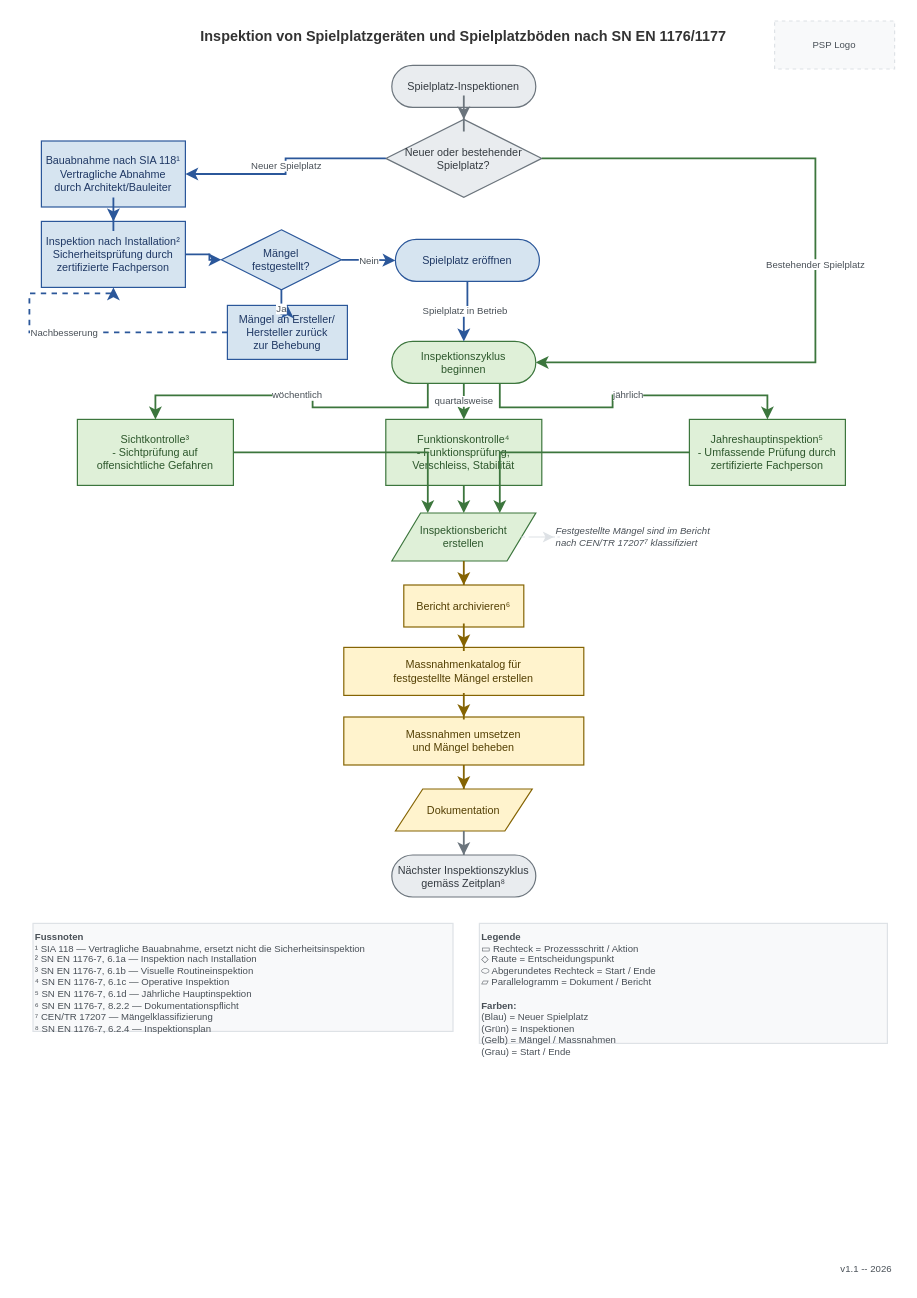
Earlier version of the draw.io diagram PSP-Inspektions-Flowchart/Inspektionsablauf.drawio (giuadora/ch.playsafepro.flowcharts). Source tidied: cells renumbered, new cells numbered last; positions are measured from the earlier drawing's top-left corner, leaving out a move shared by most shapes. Both pictures are drawn from the tidied source at 120%, with x=0, y=0 at pixel (29, 20).
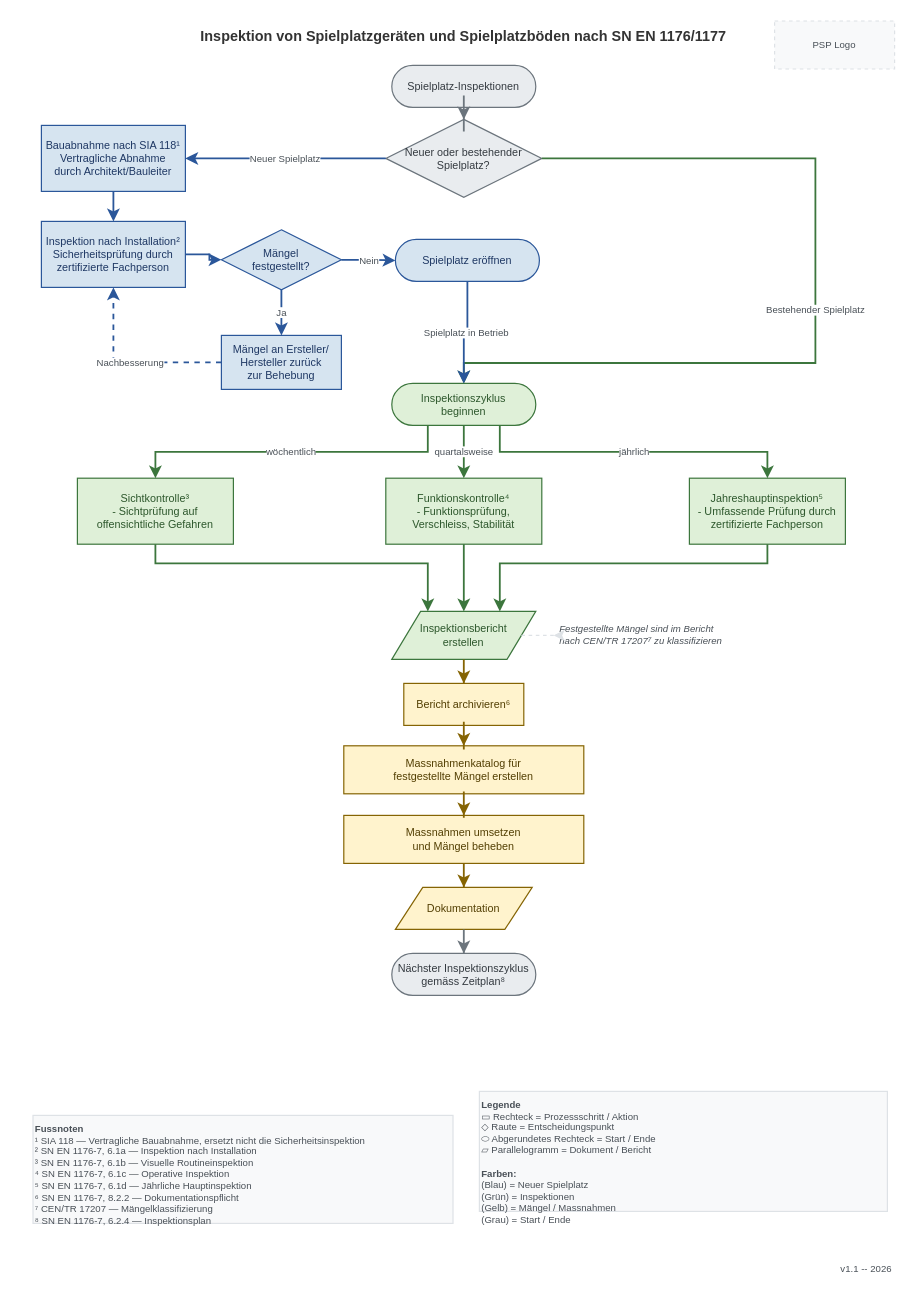
After the change.

Commit message:
style(04-02): fine-tune layout spacing and edge routing

Unchanged cells that the change refers to:
```xml
<mxCell id="6" value="Neuer oder bestehender&lt;br&gt;Spielplatz?" style="rhombus;whiteSpace=wrap;html=1;fillColor=#E9ECEF;strokeColor=#6C757D;fontColor=#343A40;fontSize=9;fontFamily=Helvetica;" parent="1" vertex="1">
  <mxGeometry x="297" y="82" width="130" height="65" as="geometry" />
</mxCell>
<mxCell id="8" value="Inspektion nach Installation²&lt;br&gt;Sicherheitsprüfung durch&lt;br&gt;zertifizierte Fachperson" style="rounded=0;whiteSpace=wrap;html=1;fillColor=#D6E4F0;strokeColor=#2B579A;fontColor=#1F3864;fontSize=9;fontFamily=Helvetica;align=center;" parent="1" vertex="1">
  <mxGeometry x="10" y="167" width="120" height="55" as="geometry" />
</mxCell>
```

The edit, as a diff of the source:
```diff
@@
     <mxCell id="7" value="Bauabnahme nach SIA 118¹&lt;br&gt;Vertragliche Abnahme&lt;br&gt;durch Architekt/Bauleiter" style="rounded=0;whiteSpace=wrap;html=1;fillColor=#D6E4F0;strokeColor=#2B579A;fontColor=#1F3864;fontSize=9;fontFamily=Helvetica;align=center;" parent="1" vertex="1">
-      <mxGeometry x="10" y="100" width="120" height="55" as="geometry" />
+      <mxGeometry x="10" y="87" width="120" height="55" as="geometry" />
     </mxCell>
@@
     <mxCell id="10" value="Mängel an Ersteller/&lt;br&gt;Hersteller zurück&lt;br&gt;zur Behebung" style="rounded=0;whiteSpace=wrap;html=1;fillColor=#D6E4F0;strokeColor=#2B579A;fontColor=#1F3864;fontSize=9;fontFamily=Helvetica;align=center;" parent="1" vertex="1">
-      <mxGeometry x="165" y="237" width="100" height="45" as="geometry" />
+      <mxGeometry x="160" y="262" width="100" height="45" as="geometry" />
     </mxCell>
@@
     <mxCell id="12" value="Inspektionszyklus&lt;br&gt;beginnen" style="rounded=1;whiteSpace=wrap;html=1;fillColor=#DFF0D8;strokeColor=#3C763D;fontColor=#2D572C;fontSize=9;fontFamily=Helvetica;arcSize=50;" parent="1" vertex="1">
-      <mxGeometry x="302" y="267" width="120" height="35" as="geometry" />
+      <mxGeometry x="302" y="302" width="120" height="35" as="geometry" />
     </mxCell>
     <mxCell id="13" value="Sichtkontrolle³&lt;br&gt;- Sichtprüfung auf&lt;br&gt;offensichtliche Gefahren" style="rounded=0;whiteSpace=wrap;html=1;fillColor=#DFF0D8;strokeColor=#3C763D;fontColor=#2D572C;fontSize=9;fontFamily=Helvetica;align=center;" parent="1" vertex="1">
-      <mxGeometry x="40" y="332" width="130" height="55" as="geometry" />
+      <mxGeometry x="40" y="381" width="130" height="55" as="geometry" />
     </mxCell>
     <mxCell id="14" value="Funktionskontrolle⁴&lt;br&gt;- Funktionsprüfung,&lt;br&gt;Verschleiss, Stabilität" style="rounded=0;whiteSpace=wrap;html=1;fillColor=#DFF0D8;strokeColor=#3C763D;fontColor=#2D572C;fontSize=9;fontFamily=Helvetica;align=center;" parent="1" vertex="1">
-      <mxGeometry x="297" y="332" width="130" height="55" as="geometry" />
+      <mxGeometry x="297" y="381" width="130" height="55" as="geometry" />
     </mxCell>
     <mxCell id="15" value="Jahreshauptinspektion⁵&lt;br&gt;- Umfassende Prüfung durch&lt;br&gt;zertifizierte Fachperson" style="rounded=0;whiteSpace=wrap;html=1;fillColor=#DFF0D8;strokeColor=#3C763D;fontColor=#2D572C;fontSize=9;fontFamily=Helvetica;align=center;" parent="1" vertex="1">
-      <mxGeometry x="550" y="332" width="130" height="55" as="geometry" />
+      <mxGeometry x="550" y="381" width="130" height="55" as="geometry" />
     </mxCell>
     <mxCell id="16" value="Inspektionsbericht&lt;br&gt;erstellen" style="shape=parallelogram;perimeter=parallelogramPerimeter;whiteSpace=wrap;html=1;fillColor=#DFF0D8;strokeColor=#3C763D;fontColor=#2D572C;fontSize=9;fontFamily=Helvetica;align=center;" parent="1" vertex="1">
-      <mxGeometry x="302" y="410" width="120" height="40" as="geometry" />
+      <mxGeometry x="302" y="492" width="120" height="40" as="geometry" />
     </mxCell>
-    <mxCell id="17" value="Festgestellte Mängel sind im Bericht&lt;br&gt;nach CEN/TR 17207⁷ klassifiziert" style="text;html=1;align=left;verticalAlign=middle;whiteSpace=wrap;fontSize=8;fontFamily=Helvetica;fontColor=#495057;fontStyle=2;" parent="1" vertex="1">
-      <mxGeometry x="437" y="415" width="240" height="30" as="geometry" />
+    <mxCell id="17" value="Festgestellte Mängel sind im Bericht&lt;br&gt;nach CEN/TR 17207⁷ zu klassifizieren" style="text;html=1;align=left;verticalAlign=middle;whiteSpace=wrap;fontSize=8;fontFamily=Helvetica;fontColor=#495057;fontStyle=2;" parent="1" vertex="1">
+      <mxGeometry x="440" y="497" width="240" height="30" as="geometry" />
     </mxCell>
     <mxCell id="18" value="Bericht archivieren⁶" style="rounded=0;whiteSpace=wrap;html=1;fillColor=#FFF3CD;strokeColor=#856404;fontColor=#533F03;fontSize=9;fontFamily=Helvetica;align=center;" parent="1" vertex="1">
-      <mxGeometry x="312" y="470" width="100" height="35" as="geometry" />
+      <mxGeometry x="312" y="552" width="100" height="35" as="geometry" />
     </mxCell>
     <mxCell id="19" value="Massnahmenkatalog für&lt;br&gt;festgestellte Mängel erstellen" style="rounded=0;whiteSpace=wrap;html=1;fillColor=#FFF3CD;strokeColor=#856404;fontColor=#533F03;fontSize=9;fontFamily=Helvetica;align=center;" parent="1" vertex="1">
-      <mxGeometry x="262" y="522" width="200" height="40" as="geometry" />
+      <mxGeometry x="262" y="604" width="200" height="40" as="geometry" />
     </mxCell>
     <mxCell id="20" value="Massnahmen umsetzen&lt;br&gt;und Mängel beheben" style="rounded=0;whiteSpace=wrap;html=1;fillColor=#FFF3CD;strokeColor=#856404;fontColor=#533F03;fontSize=9;fontFamily=Helvetica;align=center;" parent="1" vertex="1">
-      <mxGeometry x="262" y="580" width="200" height="40" as="geometry" />
+      <mxGeometry x="262" y="662" width="200" height="40" as="geometry" />
     </mxCell>
     <mxCell id="21" value="Dokumentation" style="shape=parallelogram;perimeter=parallelogramPerimeter;whiteSpace=wrap;html=1;fillColor=#FFF3CD;strokeColor=#856404;fontColor=#533F03;fontSize=9;fontFamily=Helvetica;align=center;" parent="1" vertex="1">
-      <mxGeometry x="305" y="640" width="114" height="35" as="geometry" />
+      <mxGeometry x="305" y="722" width="114" height="35" as="geometry" />
     </mxCell>
     <mxCell id="22" value="Nächster Inspektionszyklus&lt;br&gt;gemäss Zeitplan⁸" style="rounded=1;whiteSpace=wrap;html=1;fillColor=#E9ECEF;strokeColor=#6C757D;fontColor=#343A40;fontSize=9;fontFamily=Helvetica;arcSize=50;" parent="1" vertex="1">
-      <mxGeometry x="302" y="695" width="120" height="35" as="geometry" />
+      <mxGeometry x="302" y="777" width="120" height="35" as="geometry" />
     </mxCell>
     <mxCell id="23" value="&lt;b&gt;Fussnoten&lt;/b&gt;&lt;br&gt;¹ SIA 118 — Vertragliche Bauabnahme, ersetzt nicht die Sicherheitsinspektion&lt;br&gt;² SN EN 1176-7, 6.1a — Inspektion nach Installation&lt;br&gt;³ SN EN 1176-7, 6.1b — Visuelle Routineinspektion&lt;br&gt;⁴ SN EN 1176-7, 6.1c — Operative Inspektion&lt;br&gt;⁵ SN EN 1176-7, 6.1d — Jährliche Hauptinspektion&lt;br&gt;⁶ SN EN 1176-7, 8.2.2 — Dokumentationspflicht&lt;br&gt;⁷ CEN/TR 17207 — Mängelklassifizierung&lt;br&gt;⁸ SN EN 1176-7, 6.2.4 — Inspektionsplan" style="rounded=0;whiteSpace=wrap;html=1;fillColor=#F8F9FA;strokeColor=#DEE2E6;fontColor=#495057;fontSize=8;fontFamily=Helvetica;align=left;verticalAlign=top;" parent="1" vertex="1">
-      <mxGeometry x="3" y="752" width="350" height="90" as="geometry" />
+      <mxGeometry x="3" y="912" width="350" height="90" as="geometry" />
     </mxCell>
     <mxCell id="24" value="&lt;b&gt;Legende&lt;/b&gt;&lt;br&gt;▭ Rechteck = Prozessschritt / Aktion&lt;br&gt;◇ Raute = Entscheidungspunkt&lt;br&gt;⬭ Abgerundetes Rechteck = Start / Ende&lt;br&gt;▱ Parallelogramm = Dokument / Bericht&lt;br&gt;&lt;br&gt;&lt;b&gt;Farben:&lt;/b&gt;&lt;br&gt;(Blau) = Neuer Spielplatz&lt;br&gt;(Grün) = Inspektionen&lt;br&gt;(Gelb) = Mängel / Massnahmen&lt;br&gt;(Grau) = Start / Ende" style="rounded=0;whiteSpace=wrap;html=1;fillColor=#F8F9FA;strokeColor=#DEE2E6;fontColor=#495057;fontSize=8;fontFamily=Helvetica;align=left;verticalAlign=top;" parent="1" vertex="1">
-      <mxGeometry x="375" y="752" width="340" height="100" as="geometry" />
+      <mxGeometry x="375" y="892" width="340" height="100" as="geometry" />
     </mxCell>
@@
-    <mxCell id="27" value="Bestehender Spielplatz" style="edgeStyle=orthogonalEdgeStyle;rounded=0;jettySize=auto;html=1;strokeColor=#3C763D;strokeWidth=1.5;fontSize=8;fontFamily=Helvetica;fontColor=#495057;exitX=1;exitY=0.5;exitDx=0;exitDy=0;entryX=1;entryY=0.5;entryDx=0;entryDy=0;" parent="1" edge="1" source="6" target="12">
+    <mxCell id="27" value="Bestehender Spielplatz" style="edgeStyle=orthogonalEdgeStyle;rounded=0;jettySize=auto;html=1;strokeColor=#3C763D;strokeWidth=1.5;fontSize=8;fontFamily=Helvetica;fontColor=#495057;exitX=1;exitY=0.5;exitDx=0;exitDy=0;entryX=0.5;entryY=0;entryDx=0;entryDy=0;" parent="1" edge="1" source="6" target="12">
       <mxGeometry relative="1" as="geometry">
         <Array as="points">
           <mxPoint x="655" y="115" />
           <mxPoint x="655" y="285" />
+          <mxPoint x="362" y="285" />
         </Array>
       </mxGeometry>
     </mxCell>
@@
     <mxCell id="32" value="Nachbesserung" style="edgeStyle=orthogonalEdgeStyle;rounded=0;jettySize=auto;html=1;strokeColor=#2B579A;strokeWidth=1.5;fontSize=8;fontFamily=Helvetica;fontColor=#495057;dashed=1;exitX=0;exitY=0.5;exitDx=0;exitDy=0;entryX=0.5;entryY=1;entryDx=0;entryDy=0;" parent="1" edge="1" source="10" target="8">
       <mxGeometry relative="1" as="geometry">
         <Array as="points">
-          <mxPoint y="260" />
-          <mxPoint y="227" />
-          <mxPoint x="70" y="227" />
+          <mxPoint x="70" y="285" />
         </Array>
       </mxGeometry>
     </mxCell>
@@
     <mxCell id="37" style="edgeStyle=orthogonalEdgeStyle;rounded=0;jettySize=auto;html=1;strokeColor=#3C763D;strokeWidth=1.5;entryX=0.25;entryY=0;entryDx=0;entryDy=0;" parent="1" edge="1" source="13" target="16">
-      <mxGeometry relative="1" as="geometry" />
+      <mxGeometry relative="1" as="geometry">
+        <Array as="points">
+          <mxPoint x="105" y="452" />
+          <mxPoint x="332" y="452" />
+        </Array>
+      </mxGeometry>
     </mxCell>
@@
     <mxCell id="39" style="edgeStyle=orthogonalEdgeStyle;rounded=0;jettySize=auto;html=1;strokeColor=#3C763D;strokeWidth=1.5;entryX=0.75;entryY=0;entryDx=0;entryDy=0;" parent="1" edge="1" source="15" target="16">
-      <mxGeometry relative="1" as="geometry" />
+      <mxGeometry relative="1" as="geometry">
+        <Array as="points">
+          <mxPoint x="615" y="452" />
+          <mxPoint x="392" y="452" />
+        </Array>
+      </mxGeometry>
     </mxCell>
@@
-    <mxCell id="45" style="edgeStyle=orthogonalEdgeStyle;rounded=0;jettySize=auto;html=1;strokeColor=#DEE2E6;strokeWidth=1;dashed=1;" parent="1" edge="1" source="16" target="17">
-      <mxGeometry relative="1" as="geometry" />
+    <mxCell id="45" style="edgeStyle=orthogonalEdgeStyle;rounded=0;jettySize=auto;html=1;strokeColor=#DEE2E6;strokeWidth=1;dashed=1;" parent="1" edge="1" source="16">
+      <mxGeometry relative="1" as="geometry">
+        <mxPoint x="437" y="512" as="targetPoint" />
+      </mxGeometry>
     </mxCell>
```
